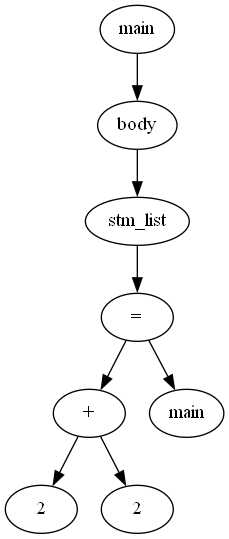
KianBankeLarsen/Compiler keeps this Graphviz diagram as printers/images/Digraph.gv.png. Above is the earlier version. Its source is kept beside it as printers/images/Digraph.gv.
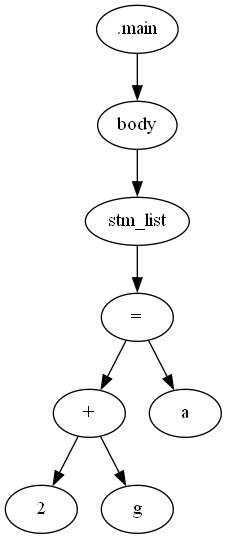
After the change.

What changed in the source:
```diff
@@ -1,17 +1,17 @@
 digraph {
 	0 [label=stm_list]
 	1 [label=2]
-	2 [label=2]
+	2 [label=g]
 	3 [label="+"]
 	3 -> 1
 	3 -> 2
-	4 [label=main]
-	5 [label="="]
-	5 -> 4
-	5 -> 3
-	0 -> 5
+	4 [label="="]
+	5 [label=a]
+	4 -> 5
+	4 -> 3
+	0 -> 4
 	6 [label=body]
 	6 -> 0
-	7 [label=main]
+	7 [label=".main"]
 	7 -> 6
 }
```
